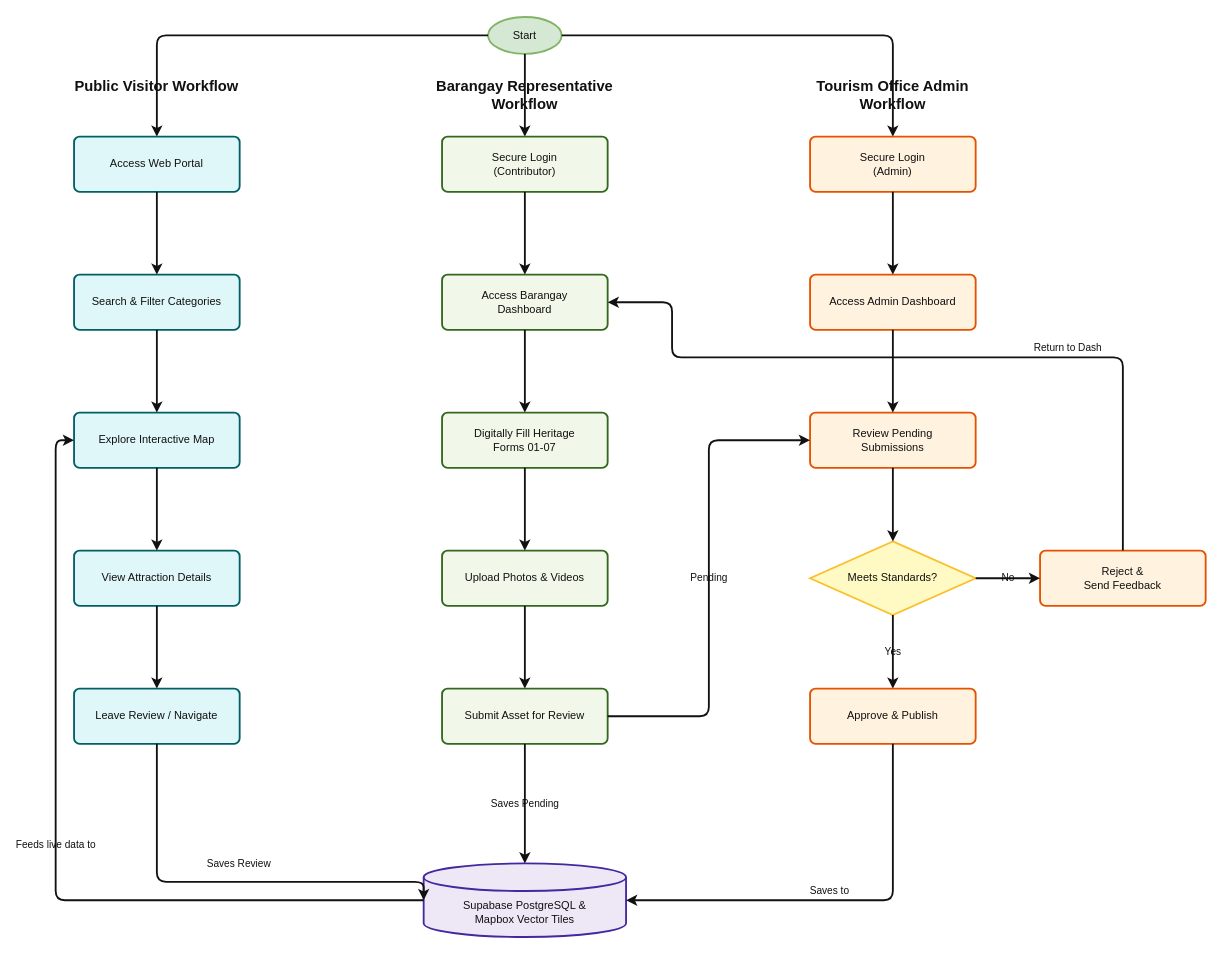
Above: docs/diagrams/flowchart/proposed_system_flowchart_ppt.drawio in jemhakdog/Interactive-Digital-Cultural-Map-and-Local-Tourism-Information-system-for-Mangatarem--Pangasinan (draw.io), before the change. Source tidied: cells renumbered, new cells numbered last; positions are measured from the earlier drawing's top-left corner, leaving out a move shared by most shapes. Both pictures are drawn from the tidied source at 92%, with x=0, y=0 at pixel (64, 17).
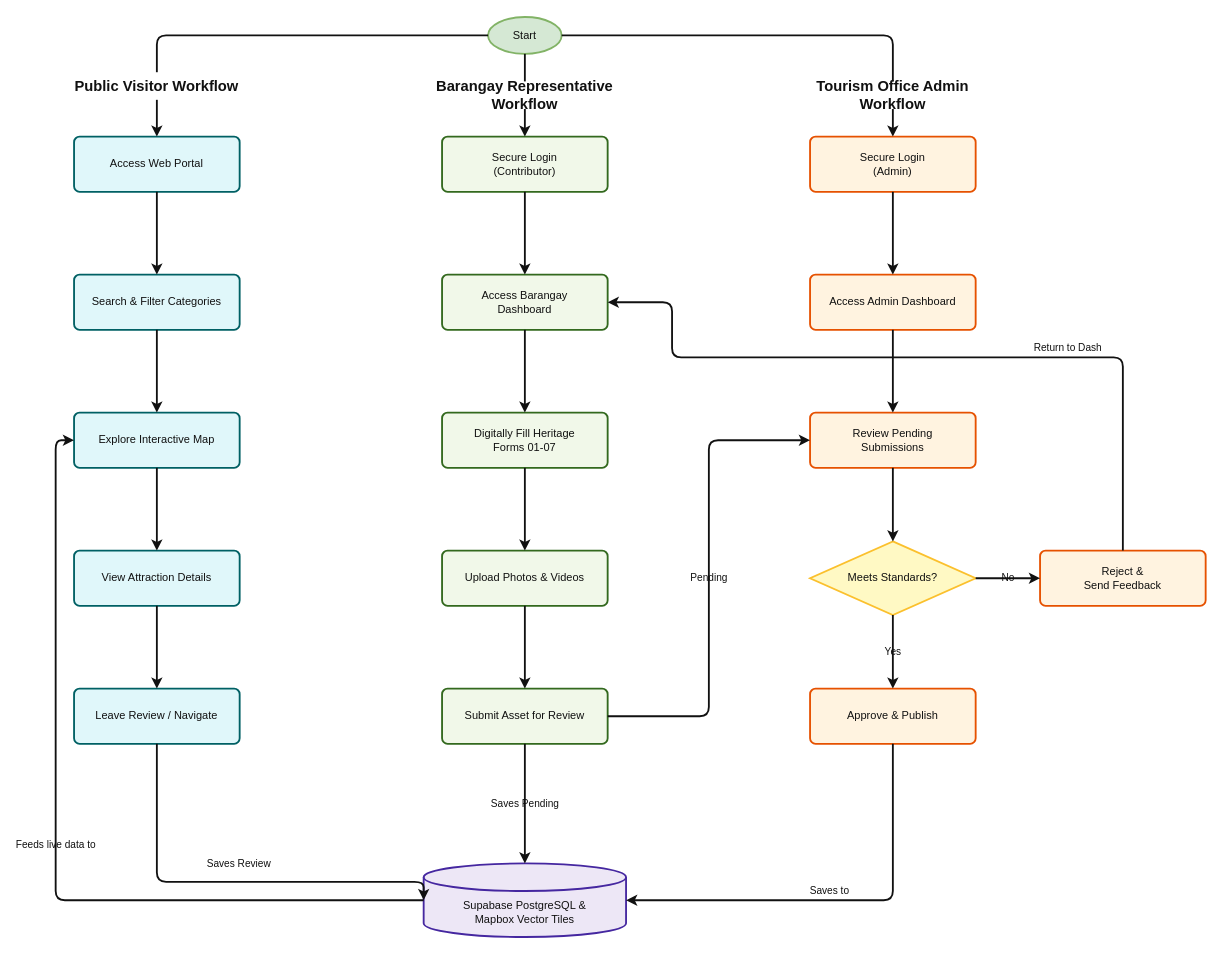
After the change.

Change to the diagram source:
```diff
@@
-    <mxCell id="42" value="&lt;b&gt;Public Visitor Workflow&lt;/b&gt;" style="text;html=1;strokeColor=none;fillColor=none;align=center;verticalAlign=middle;whiteSpace=wrap;rounded=0;fontSize=16;fontColor=#111111;" parent="1" vertex="1">
+    <mxCell id="42" value="&lt;b&gt;Public Visitor Workflow&lt;/b&gt;" style="text;html=1;strokeColor=none;fillColor=#FFFFFF;align=center;verticalAlign=middle;whiteSpace=wrap;rounded=0;fontSize=16;fontColor=#111111;" parent="1" vertex="1">
       <mxGeometry y="60" width="200" height="30" as="geometry" />
     </mxCell>
-    <mxCell id="43" value="&lt;b&gt;Barangay Representative Workflow&lt;/b&gt;" style="text;html=1;strokeColor=none;fillColor=none;align=center;verticalAlign=middle;whiteSpace=wrap;rounded=0;fontSize=16;fontColor=#111111;" parent="1" vertex="1">
+    <mxCell id="43" value="&lt;b&gt;Barangay Representative Workflow&lt;/b&gt;" style="text;html=1;strokeColor=none;fillColor=#FFFFFF;align=center;verticalAlign=middle;whiteSpace=wrap;rounded=0;fontSize=16;fontColor=#111111;" parent="1" vertex="1">
       <mxGeometry x="400" y="70" width="200" height="30" as="geometry" />
     </mxCell>
-    <mxCell id="44" value="&lt;b&gt;Tourism Office Admin Workflow&lt;/b&gt;" style="text;html=1;strokeColor=none;fillColor=none;align=center;verticalAlign=middle;whiteSpace=wrap;rounded=0;fontSize=16;fontColor=#111111;" parent="1" vertex="1">
+    <mxCell id="44" value="&lt;b&gt;Tourism Office Admin Workflow&lt;/b&gt;" style="text;html=1;strokeColor=none;fillColor=#FFFFFF;align=center;verticalAlign=middle;whiteSpace=wrap;rounded=0;fontSize=16;fontColor=#111111;" parent="1" vertex="1">
       <mxGeometry x="800" y="70" width="200" height="30" as="geometry" />
     </mxCell>
```
